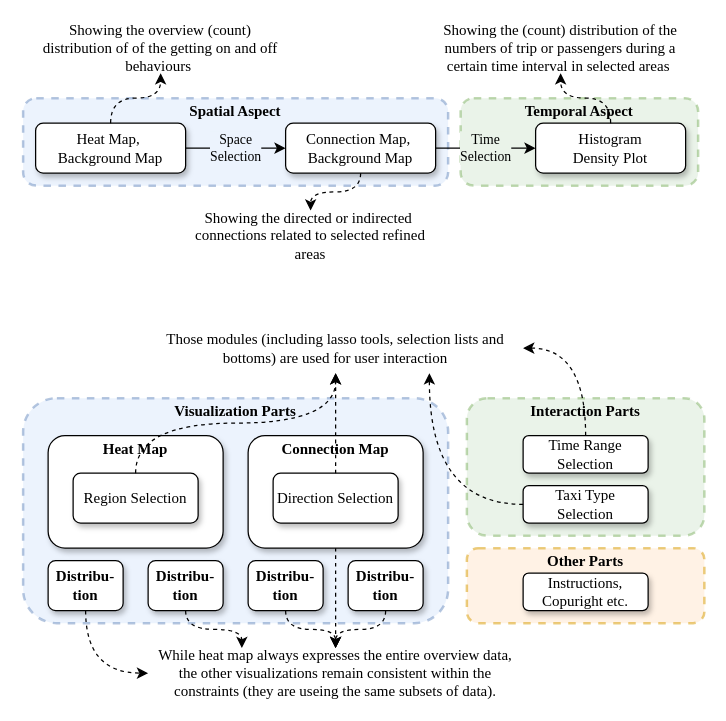
Above: page "第 1 页" (1 of 2) of Visualization.drawio in GongSicong/DataVisualization (draw.io), before the change. Source tidied: cells renumbered, new cells numbered last; positions are measured from the earlier drawing's top-left corner, leaving out a move shared by most shapes. Both pictures are drawn from the tidied source at 125%, with x=0, y=0 at pixel (22, 22).
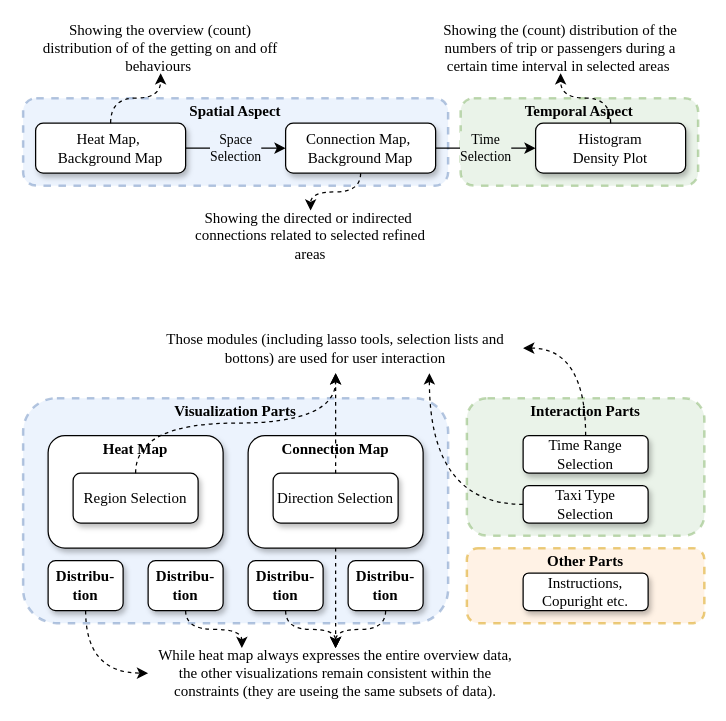
Above is the later version.

The change refers to these unchanged cells:
```xml
<mxCell id="16" style="group;" parent="1" vertex="1">
  <mxGeometry y="240" width="545" height="300" as="geometry" />
</mxCell>
```

Diff of the diagram source:
```diff
@@
-    <mxCell id="31" value="&lt;font&gt;Those modules (including lasso tools, selection lists and bottoms) are used for user interaction&lt;/font&gt;" style="text;html=1;strokeColor=none;fillColor=none;align=center;verticalAlign=middle;whiteSpace=wrap;rounded=0;fontFamily=Times New Roman;" parent="16" vertex="1">
+    <mxCell id="31" value="&lt;font&gt;Those modules (including lasso tools, selection lists and bottons) are used for user interaction&lt;/font&gt;" style="text;html=1;strokeColor=none;fillColor=none;align=center;verticalAlign=middle;whiteSpace=wrap;rounded=0;fontFamily=Times New Roman;" parent="16" vertex="1">
       <mxGeometry x="100" width="300" height="40" as="geometry" />
     </mxCell>
```
